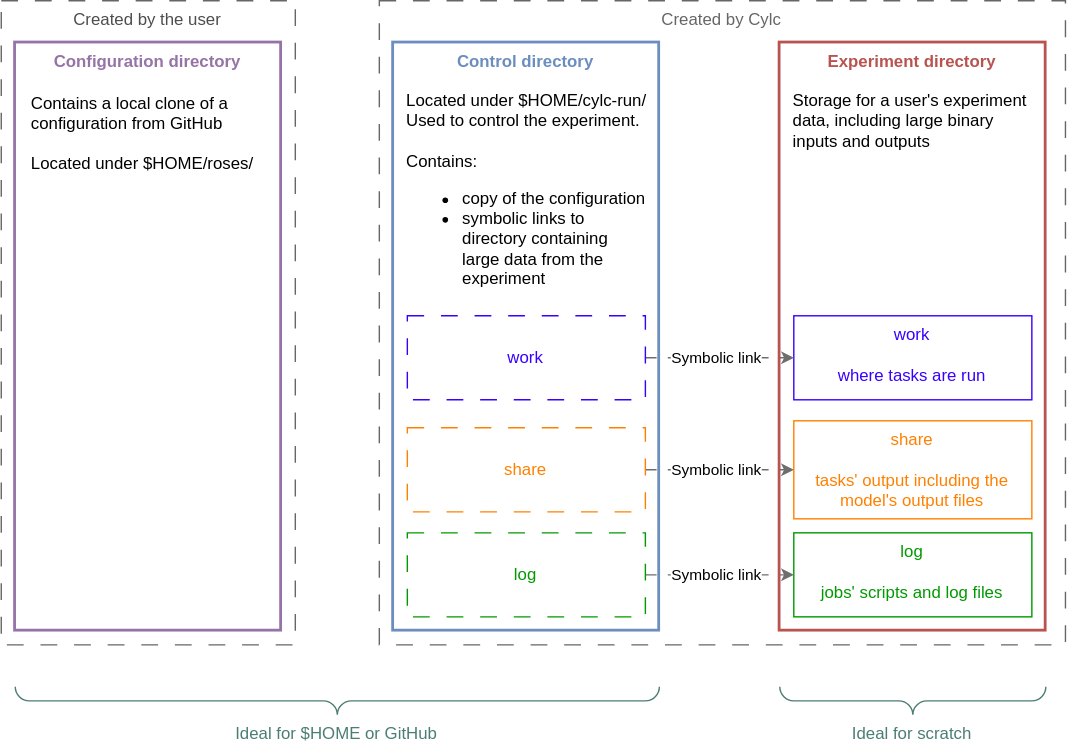
Before: docs/assets/cylc_file_org.drawio.svg, a diagram exported from draw.io (ACCESS-NRI/ACCESS-Hive-Docs). Source tidied: cells renumbered, new cells last; positions are measured from the earlier drawing's top-left corner, leaving out a move shared by most shapes.
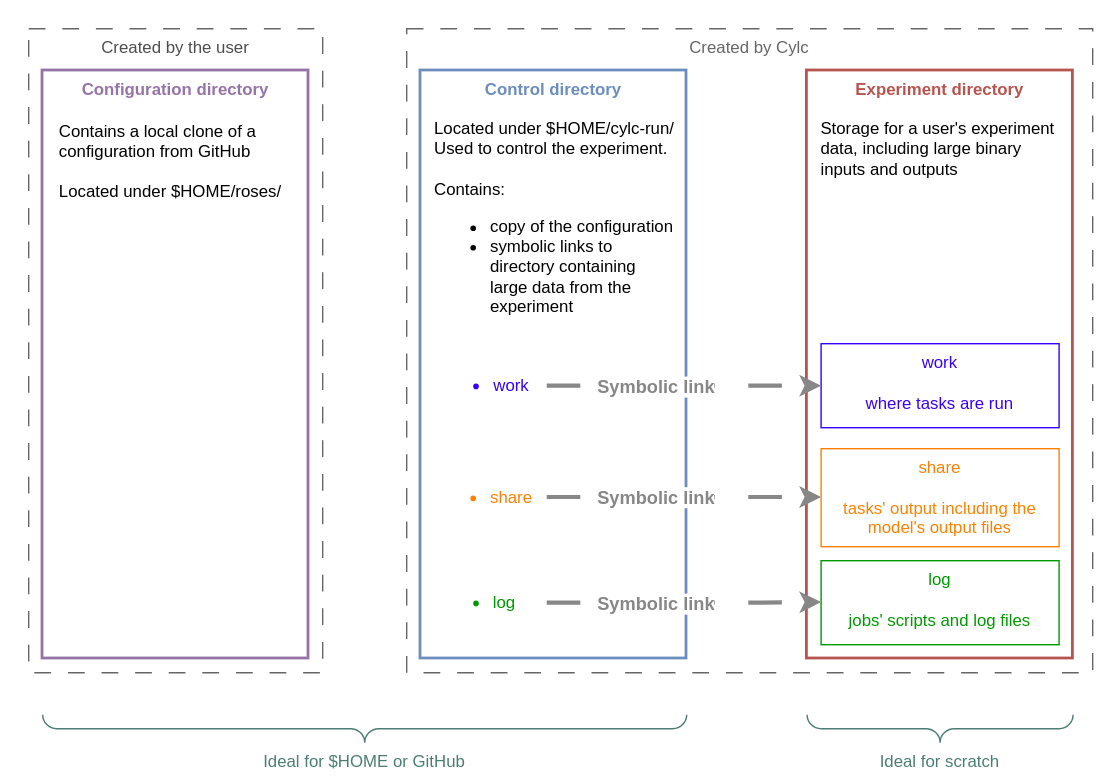
The same diagram one commit later.

Commit message:
Update file structure diagram

Diff of the diagram source:
```diff
@@ -2,6 +2,9 @@
   <root>
     <mxCell id="0" />
     <mxCell id="1" parent="0" />
+    <mxCell id="24" style="rounded=0;whiteSpace=wrap;html=1;fillColor=none;strokeColor=none;" parent="1" vertex="1">
+      <mxGeometry x="-20" y="-20" width="800" height="560" as="geometry" />
+    </mxCell>
     <mxCell id="2" value="Created by the user" style="rounded=0;whiteSpace=wrap;html=1;verticalAlign=top;fontColor=#4D4D4D;strokeColor=#666666;dashed=1;dashPattern=12 12;" parent="1" vertex="1">
       <mxGeometry width="210" height="460" as="geometry" />
     </mxCell>
@@ -29,50 +32,67 @@
     <mxCell id="10" value="work&lt;div&gt;&lt;br&gt;&lt;/div&gt;&lt;div&gt;where tasks are run&lt;/div&gt;" style="rounded=0;whiteSpace=wrap;html=1;verticalAlign=top;fontColor=light-dark(#3700ff, #ededed);strokeColor=light-dark(#3700ff, #ededed);" parent="1" vertex="1">
       <mxGeometry x="566" y="225" width="170" height="60" as="geometry" />
     </mxCell>
-    <mxCell id="11" style="edgeStyle=orthogonalEdgeStyle;rounded=0;jettySize=auto;html=1;exitX=1;exitY=0.5;exitDx=0;exitDy=0;entryX=0;entryY=0.5;entryDx=0;entryDy=0;dashed=1;dashPattern=8 8;strokeColor=#6E6E6E;fontColor=#6E6E6E;" parent="1" edge="1" source="13" target="10">
-      <mxGeometry relative="1" as="geometry" />
+    <mxCell id="11" style="edgeStyle=orthogonalEdgeStyle;rounded=0;jettySize=auto;html=1;entryX=0;entryY=0.5;entryDx=0;entryDy=0;dashed=1;dashPattern=8 8;strokeColor=#878787;fontColor=#6E6E6E;exitX=1;exitY=0.5;exitDx=0;exitDy=0;strokeWidth=3;" parent="1" edge="1" source="13" target="10">
+      <mxGeometry relative="1" as="geometry">
+        <Array as="points">
+          <mxPoint x="520" y="255" />
+          <mxPoint x="520" y="255" />
+        </Array>
+      </mxGeometry>
     </mxCell>
-    <mxCell id="12" value="Symbolic link" style="edgeLabel;html=1;align=center;verticalAlign=middle;" parent="11" vertex="1">
+    <mxCell id="12" value="Symbolic link" style="edgeLabel;html=1;align=center;verticalAlign=middle;fontSize=13;fontStyle=1;fontColor=#878787;" parent="11" vertex="1">
       <mxGeometry x="-0.4" y="-1" relative="1" as="geometry">
         <mxPoint x="18" y="-1" as="offset" />
       </mxGeometry>
     </mxCell>
-    <mxCell id="13" value="work" style="rounded=0;whiteSpace=wrap;html=1;verticalAlign=middle;fontColor=light-dark(#3700ff, #ededed);strokeColor=light-dark(#3700ff, #ededed);dashed=1;dashPattern=12 12;" parent="1" vertex="1">
-      <mxGeometry x="290" y="225" width="170" height="60" as="geometry" />
-    </mxCell>
     <mxCell id="14" value="share&lt;div&gt;&lt;br&gt;&lt;/div&gt;&lt;div&gt;tasks' output including the model's output files&lt;/div&gt;" style="rounded=0;whiteSpace=wrap;html=1;verticalAlign=top;strokeColor=#FF8000;fillColor=none;fontColor=#FF8000;" parent="1" vertex="1">
       <mxGeometry x="566" y="300" width="170" height="70" as="geometry" />
     </mxCell>
-    <mxCell id="15" style="edgeStyle=orthogonalEdgeStyle;rounded=0;jettySize=auto;html=1;exitX=1;exitY=0.5;exitDx=0;exitDy=0;entryX=0;entryY=0.5;entryDx=0;entryDy=0;dashed=1;dashPattern=8 8;strokeColor=#6E6E6E;fontColor=#6E6E6E;" parent="1" edge="1" source="17" target="14">
-      <mxGeometry relative="1" as="geometry" />
-    </mxCell>
-    <mxCell id="16" value="Symbolic link" style="edgeLabel;html=1;align=center;verticalAlign=middle;" parent="15" vertex="1">
-      <mxGeometry x="-0.4" y="-1" relative="1" as="geometry">
-        <mxPoint x="18" y="-1" as="offset" />
-      </mxGeometry>
-    </mxCell>
-    <mxCell id="17" value="share" style="rounded=0;whiteSpace=wrap;html=1;verticalAlign=middle;fontColor=#FF8000;strokeColor=#FF8000;dashed=1;dashPattern=12 12;fillColor=none;" parent="1" vertex="1">
-      <mxGeometry x="290" y="305" width="170" height="60" as="geometry" />
-    </mxCell>
     <mxCell id="18" value="log&lt;div&gt;&lt;br&gt;&lt;/div&gt;&lt;div&gt;jobs' scripts and log files&lt;/div&gt;" style="rounded=0;whiteSpace=wrap;html=1;verticalAlign=top;strokeColor=#009900;fillColor=none;fontColor=#009900;" parent="1" vertex="1">
       <mxGeometry x="566" y="380" width="170" height="60" as="geometry" />
     </mxCell>
-    <mxCell id="19" style="edgeStyle=orthogonalEdgeStyle;rounded=0;jettySize=auto;html=1;exitX=1;exitY=0.5;exitDx=0;exitDy=0;entryX=0;entryY=0.5;entryDx=0;entryDy=0;dashed=1;dashPattern=8 8;strokeColor=#6E6E6E;fontColor=#6E6E6E;" parent="1" edge="1" source="21" target="18">
-      <mxGeometry relative="1" as="geometry" />
-    </mxCell>
-    <mxCell id="20" value="Symbolic link" style="edgeLabel;html=1;align=center;verticalAlign=middle;" parent="19" vertex="1">
-      <mxGeometry x="-0.4" y="-1" relative="1" as="geometry">
-        <mxPoint x="18" y="-1" as="offset" />
-      </mxGeometry>
-    </mxCell>
-    <mxCell id="21" value="log" style="rounded=0;whiteSpace=wrap;html=1;verticalAlign=middle;fontColor=#009900;strokeColor=#009900;dashed=1;dashPattern=12 12;fillColor=none;" parent="1" vertex="1">
-      <mxGeometry x="290" y="380" width="170" height="60" as="geometry" />
-    </mxCell>
     <mxCell id="22" value="Ideal for $HOME or GitHub" style="verticalLabelPosition=bottom;shadow=0;dashed=0;align=center;html=1;verticalAlign=top;strokeWidth=1;shape=mxgraph.mockup.markup.curlyBrace;whiteSpace=wrap;strokeColor=#4B7D74;flipH=0;legacyAnchorPoints=0;flipV=1;fontColor=#4B7D74;" parent="1" vertex="1">
       <mxGeometry x="10" y="490" width="460" height="20" as="geometry" />
     </mxCell>
     <mxCell id="23" value="Ideal for scratch" style="verticalLabelPosition=bottom;shadow=0;dashed=0;align=center;html=1;verticalAlign=top;strokeWidth=1;shape=mxgraph.mockup.markup.curlyBrace;whiteSpace=wrap;strokeColor=#4B7D74;flipH=0;legacyAnchorPoints=0;flipV=1;fontColor=#4B7D74;" parent="1" vertex="1">
       <mxGeometry x="556" y="490" width="190" height="20" as="geometry" />
     </mxCell>
+    <mxCell id="13" value="&lt;ul&gt;&lt;li&gt;work&lt;/li&gt;&lt;/ul&gt;" style="text;html=1;whiteSpace=wrap;strokeColor=none;fillColor=none;align=center;verticalAlign=middle;rounded=0;fontColor=light-dark(#3700ff, #ededed);" parent="1" vertex="1">
+      <mxGeometry x="280" y="233" width="90" height="44" as="geometry" />
+    </mxCell>
+    <mxCell id="17" value="&lt;ul&gt;&lt;li&gt;share&lt;/li&gt;&lt;/ul&gt;" style="text;html=1;whiteSpace=wrap;strokeColor=none;fillColor=none;align=center;verticalAlign=middle;rounded=0;fontColor=#FF8001;" parent="1" vertex="1">
+      <mxGeometry x="280" y="313" width="90" height="44" as="geometry" />
+    </mxCell>
+    <mxCell id="25" style="edgeStyle=orthogonalEdgeStyle;rounded=0;orthogonalLoop=1;jettySize=auto;html=1;entryX=0;entryY=0.5;entryDx=0;entryDy=0;dashed=1;dashPattern=8 8;strokeColor=#878787;fontColor=#6E6E6E;exitX=1;exitY=0.5;exitDx=0;exitDy=0;strokeWidth=3;" parent="1" edge="1">
+      <mxGeometry relative="1" as="geometry">
+        <mxPoint x="370" y="334.5" as="sourcePoint" />
+        <mxPoint x="566" y="334.5" as="targetPoint" />
+        <Array as="points">
+          <mxPoint x="520" y="334.5" />
+          <mxPoint x="520" y="334.5" />
+        </Array>
+      </mxGeometry>
+    </mxCell>
+    <mxCell id="26" value="Symbolic link" style="edgeLabel;html=1;align=center;verticalAlign=middle;fontSize=13;fontStyle=1;fontColor=#878787;" parent="25" vertex="1">
+      <mxGeometry x="-0.4" y="-1" relative="1" as="geometry">
+        <mxPoint x="18" y="-1" as="offset" />
+      </mxGeometry>
+    </mxCell>
+    <mxCell id="21" value="&lt;ul&gt;&lt;li&gt;log&lt;/li&gt;&lt;/ul&gt;" style="text;html=1;whiteSpace=wrap;strokeColor=none;fillColor=none;align=center;verticalAlign=middle;rounded=0;fontColor=light-dark(#009903, #cd6000);" parent="1" vertex="1">
+      <mxGeometry x="270" y="388" width="100" height="44" as="geometry" />
+    </mxCell>
+    <mxCell id="27" style="edgeStyle=orthogonalEdgeStyle;rounded=0;jettySize=auto;html=1;entryX=0;entryY=0.5;entryDx=0;entryDy=0;dashed=1;dashPattern=8 8;strokeColor=#878787;fontColor=#6E6E6E;exitX=1;exitY=0.5;exitDx=0;exitDy=0;strokeWidth=3;" parent="1" edge="1" source="21">
+      <mxGeometry relative="1" as="geometry">
+        <mxPoint x="566" y="409.5" as="targetPoint" />
+        <Array as="points">
+          <mxPoint x="520" y="410" />
+        </Array>
+      </mxGeometry>
+    </mxCell>
+    <mxCell id="28" value="Symbolic link" style="edgeLabel;html=1;align=center;verticalAlign=middle;fontSize=13;fontStyle=1;fontColor=#878787;" parent="27" vertex="1">
+      <mxGeometry x="-0.4" y="-1" relative="1" as="geometry">
+        <mxPoint x="18" y="-1" as="offset" />
+      </mxGeometry>
+    </mxCell>
   </root>
 </mxGraphModel>
```
